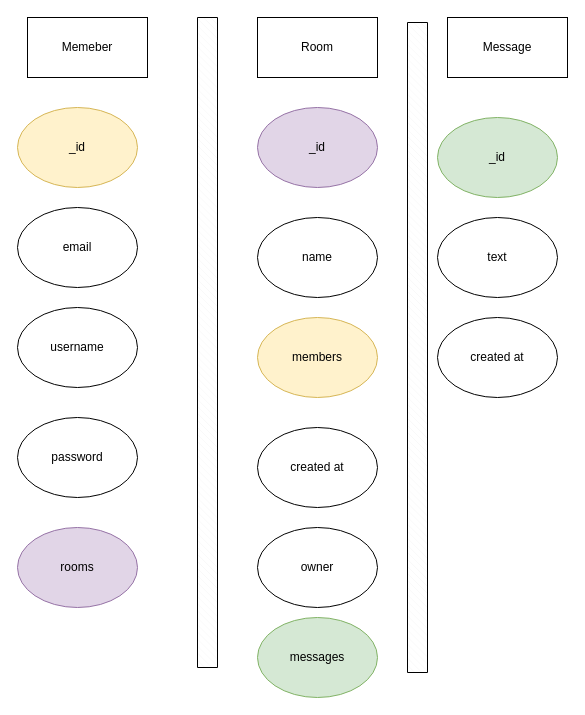
Before: page "Page-3" (3 of 3) of Concept/diagram.drawio in viktorShandrov/SoftUni-Fest-2023, a draw.io diagram. Source tidied: cells renumbered, new cells numbered last; positions are measured from the earlier drawing's top-left corner, leaving out a move shared by most shapes. Both pictures are drawn from the tidied source at 100%, with x=0, y=0 at pixel (17, 17).
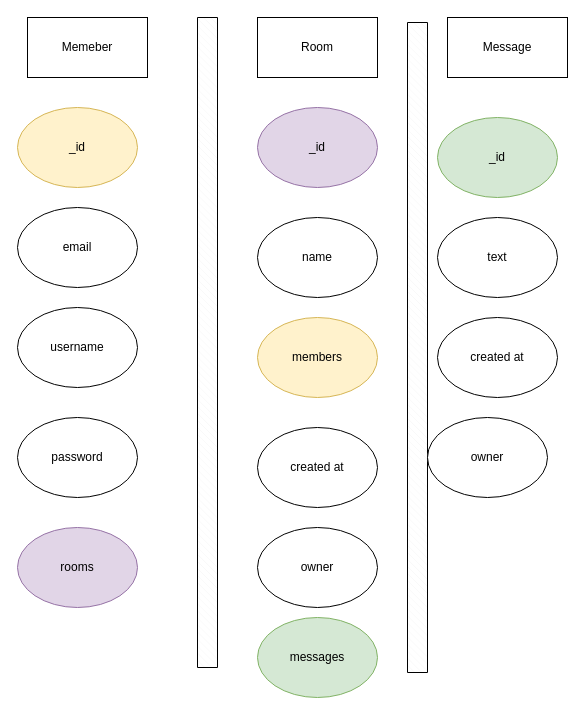
Above is the later version.

What changed in the source:
```diff
@@
+    <mxCell id="21" value="owner" style="ellipse;whiteSpace=wrap;html=1;" parent="1" vertex="1">
+      <mxGeometry x="410" y="400" width="120" height="80" as="geometry" />
+    </mxCell>
```
